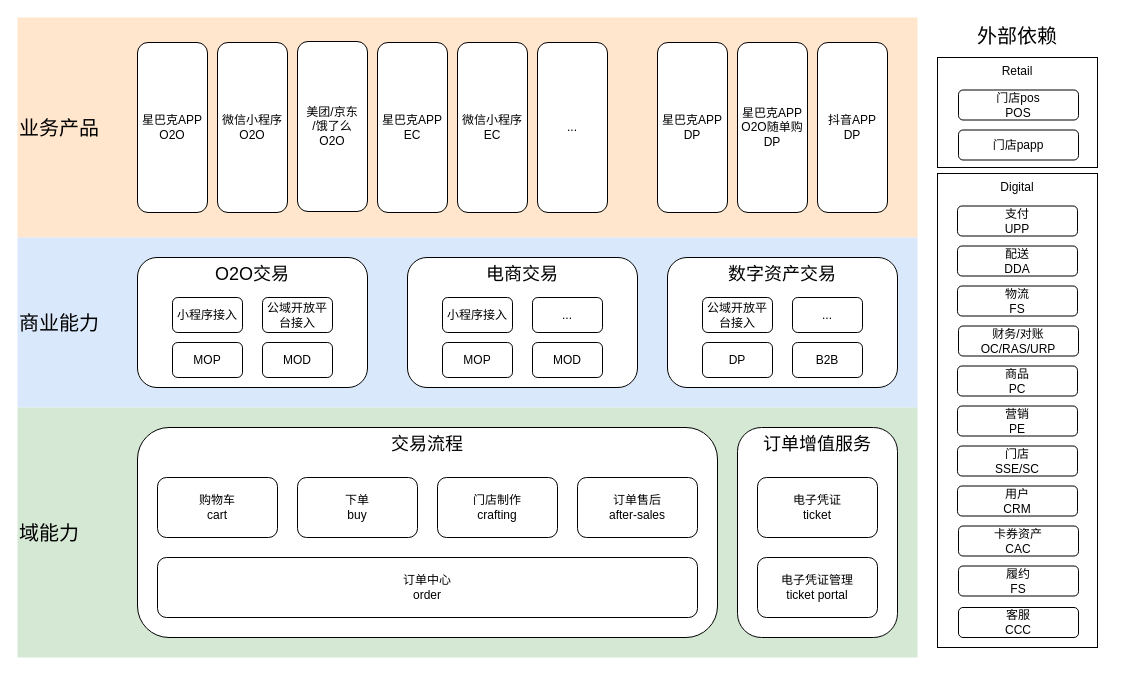
Earlier version of the draw.io diagram page "目标技术架构" (2 of 3) of OMS2.0业务架构.drawio (alexzhang2015/PC2.0). Source tidied: cells renumbered, new cells numbered last; positions are measured from the earlier drawing's top-left corner, leaving out a move shared by most shapes. Both pictures are drawn from the tidied source at 100%, with x=0, y=0 at pixel (17, 17).
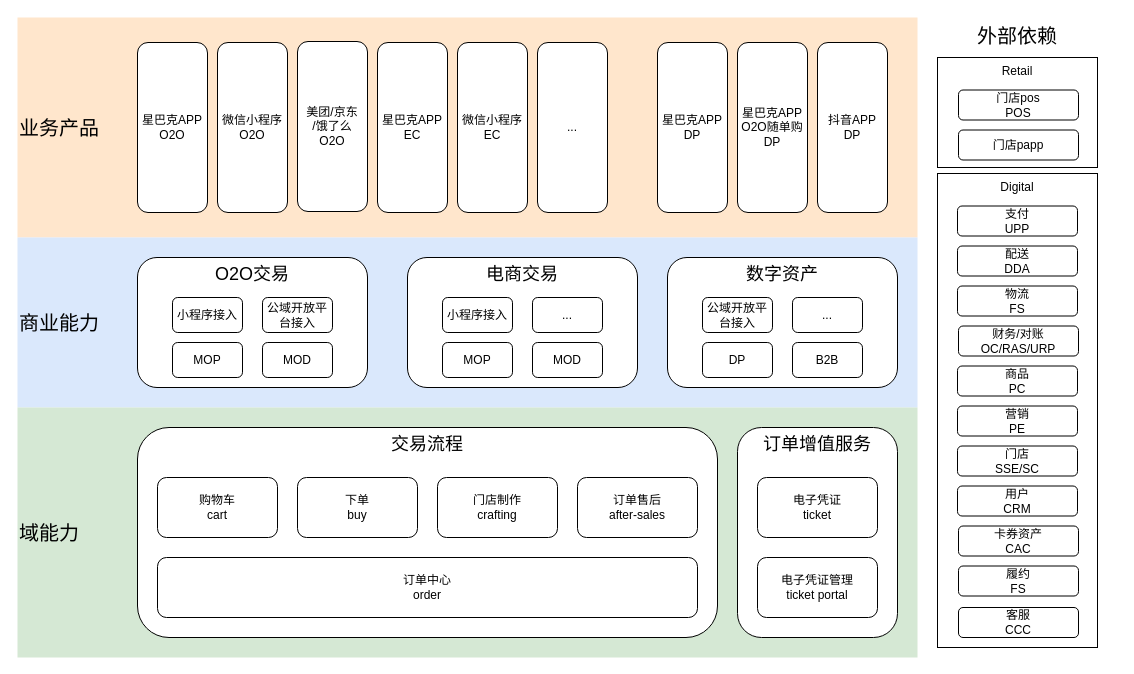
Above is the later version.

Commit message:
目标技术架构

Diff of the diagram source:
```diff
@@
-    <mxCell id="14" value="数字资产交易" style="rounded=1;whiteSpace=wrap;html=1;verticalAlign=top;fontSize=18;" parent="1" vertex="1">
+    <mxCell id="14" value="数字资产" style="rounded=1;whiteSpace=wrap;html=1;verticalAlign=top;fontSize=18;" parent="1" vertex="1">
       <mxGeometry x="650" y="240" width="230" height="130" as="geometry" />
     </mxCell>
```
